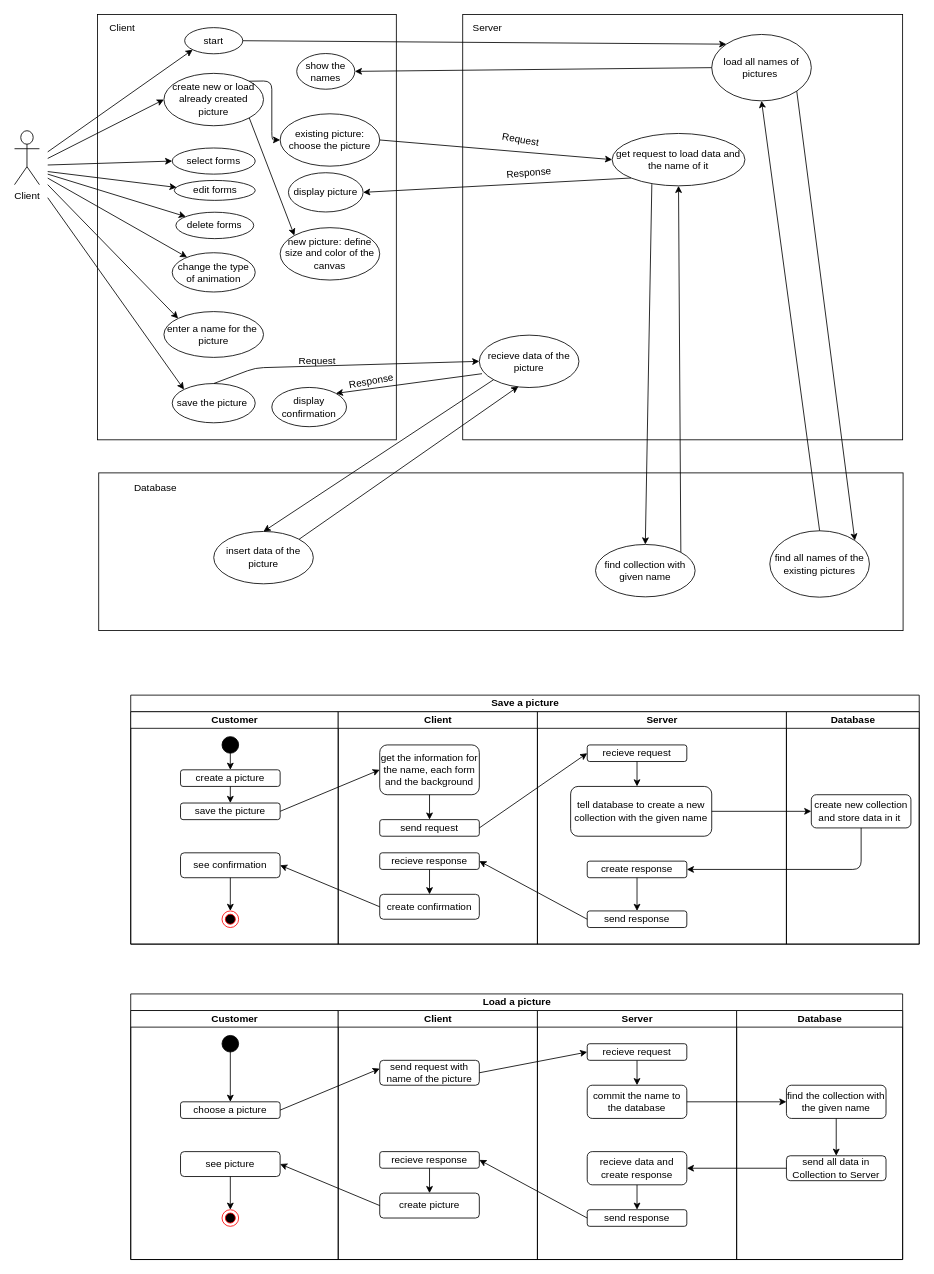
The draw.io diagram page "UseCaseDiagram" (1 of 7) of Endabgabe/Konzeption/Konzeption.drawio in KohlerAl/EIA2, before the edit. Source tidied: cells renumbered, new cells numbered last; positions are measured from the earlier drawing's top-left corner, leaving out a move shared by most shapes. Both pictures are drawn from the tidied source at 83%, with x=0, y=0 at pixel (14, 14).
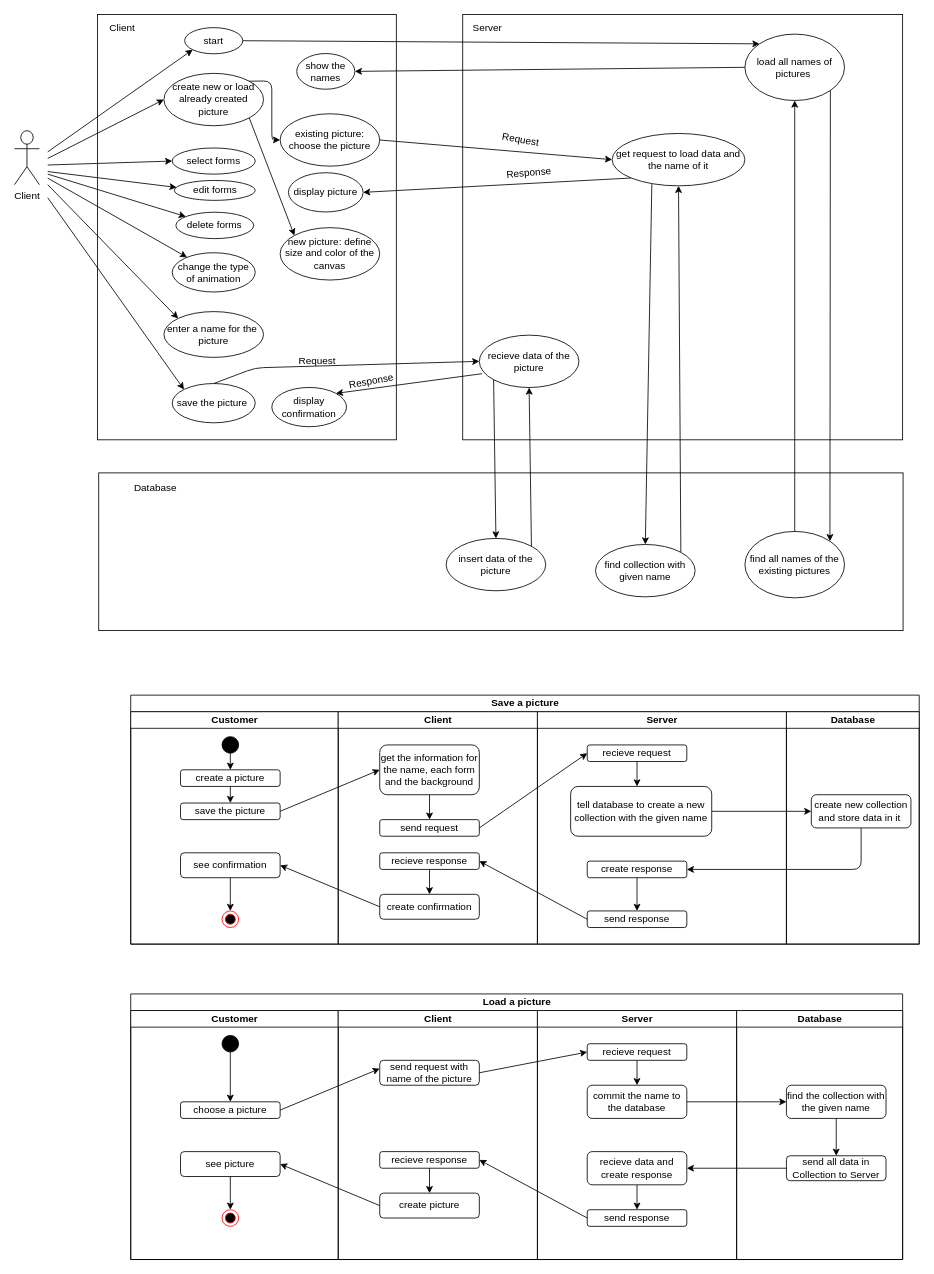
After the change.

Unchanged cells that the change refers to:
```xml
<mxCell id="17" value="recieve data of the picture" style="ellipse;whiteSpace=wrap;html=1;" parent="1" vertex="1">
  <mxGeometry x="560" y="386.3" width="120" height="63.1" as="geometry" />
</mxCell>
```

Diff of the diagram source:
```diff
@@
     <mxCell id="18" value="insert data of the picture" style="ellipse;whiteSpace=wrap;html=1;" parent="1" vertex="1">
-      <mxGeometry x="240" y="622.8" width="120" height="63.1" as="geometry" />
+      <mxGeometry x="520" y="631.2" width="120" height="63.1" as="geometry" />
     </mxCell>
@@
-    <mxCell id="108" style="endArrow=classic;html=1;entryX=0.392;entryY=0.979;entryDx=0;entryDy=0;entryPerimeter=0;exitX=1;exitY=0;exitDx=0;exitDy=0;" parent="1" edge="1" source="18" target="17">
+    <mxCell id="108" style="endArrow=classic;html=1;entryX=0.5;entryY=1;entryDx=0;entryDy=0;exitX=1;exitY=0;exitDx=0;exitDy=0;" parent="1" edge="1" source="18" target="17">
       <mxGeometry relative="1" as="geometry" />
     </mxCell>
     <mxCell id="109" value="load all names of pictures&amp;nbsp;" style="ellipse;whiteSpace=wrap;html=1;" parent="1" vertex="1">
-      <mxGeometry x="840" y="24" width="120" height="80" as="geometry" />
+      <mxGeometry x="880" y="23.6" width="120" height="80" as="geometry" />
     </mxCell>
@@
     <mxCell id="111" value="find all names of the existing pictures" style="ellipse;whiteSpace=wrap;html=1;" parent="1" vertex="1">
-      <mxGeometry x="910" y="622" width="120" height="80" as="geometry" />
+      <mxGeometry x="880" y="622.8" width="120" height="80" as="geometry" />
     </mxCell>
```
